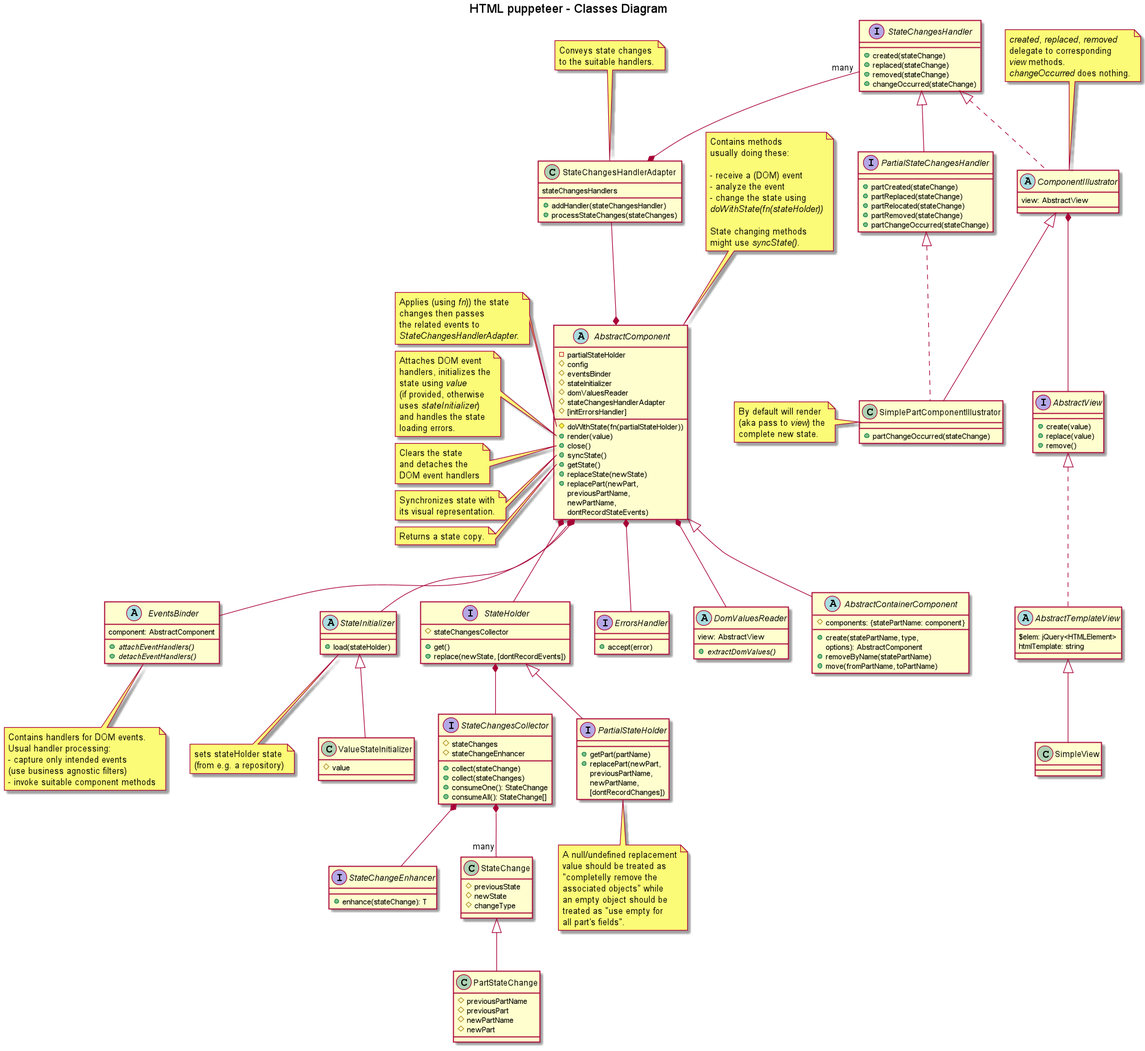
Above: design/classes-diagram-HTML_puppeteer___Classes_Diagram.png in adrhc/html-puppeteer (PlantUML), before the change.
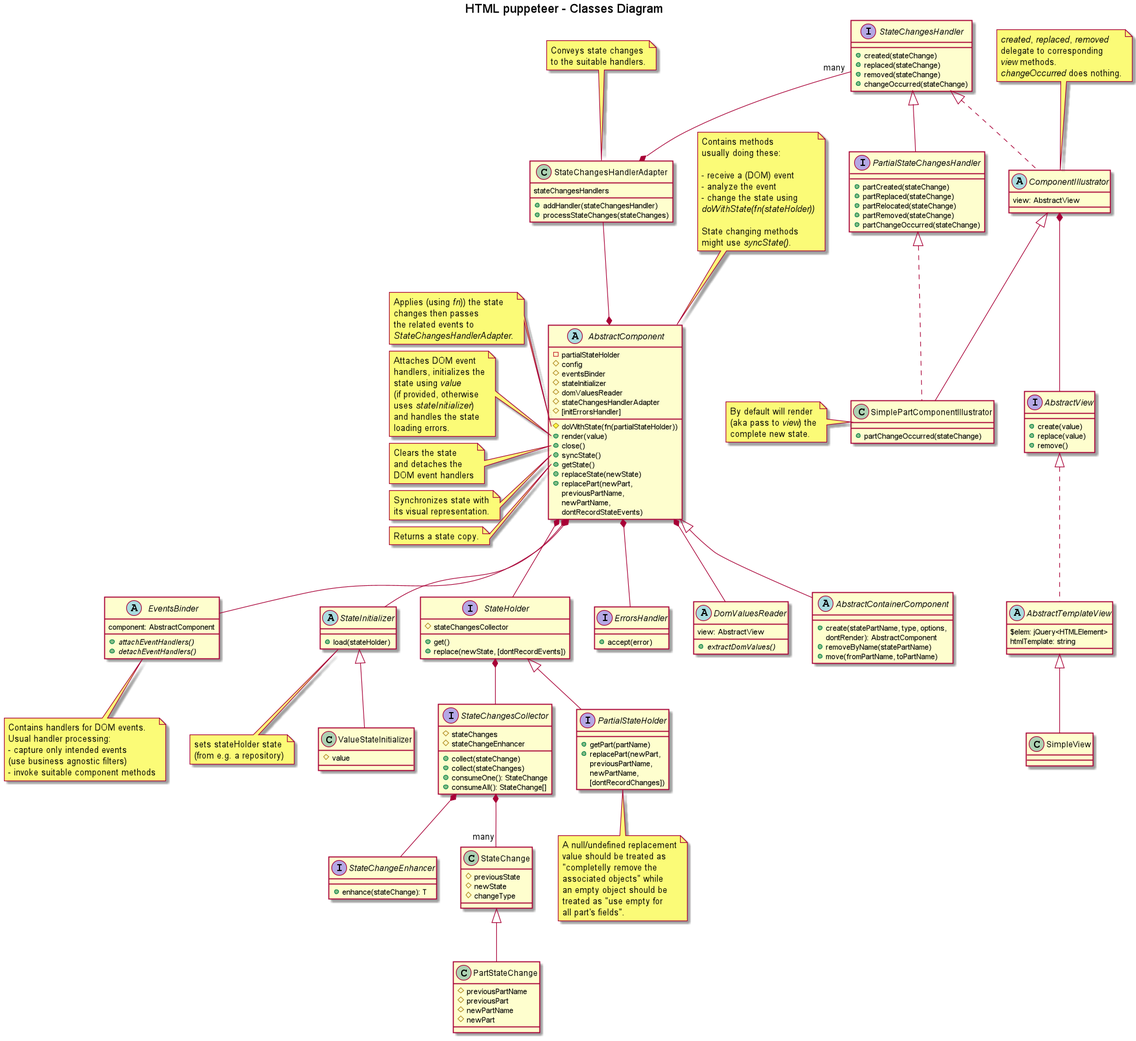
The same file after the commit.

What changed in the source:
```diff
@@ -67,8 +67,7 @@
 end note
 
 abstract AbstractContainerComponent extends AbstractComponent {
-  #components: {statePartName: component}
-  +create(statePartName, type, \noptions): AbstractComponent
+  +create(statePartName, type, options, \ndontRender): AbstractComponent
   +removeByName(statePartName)
   +move(fromPartName, toPartName)
 }
```
